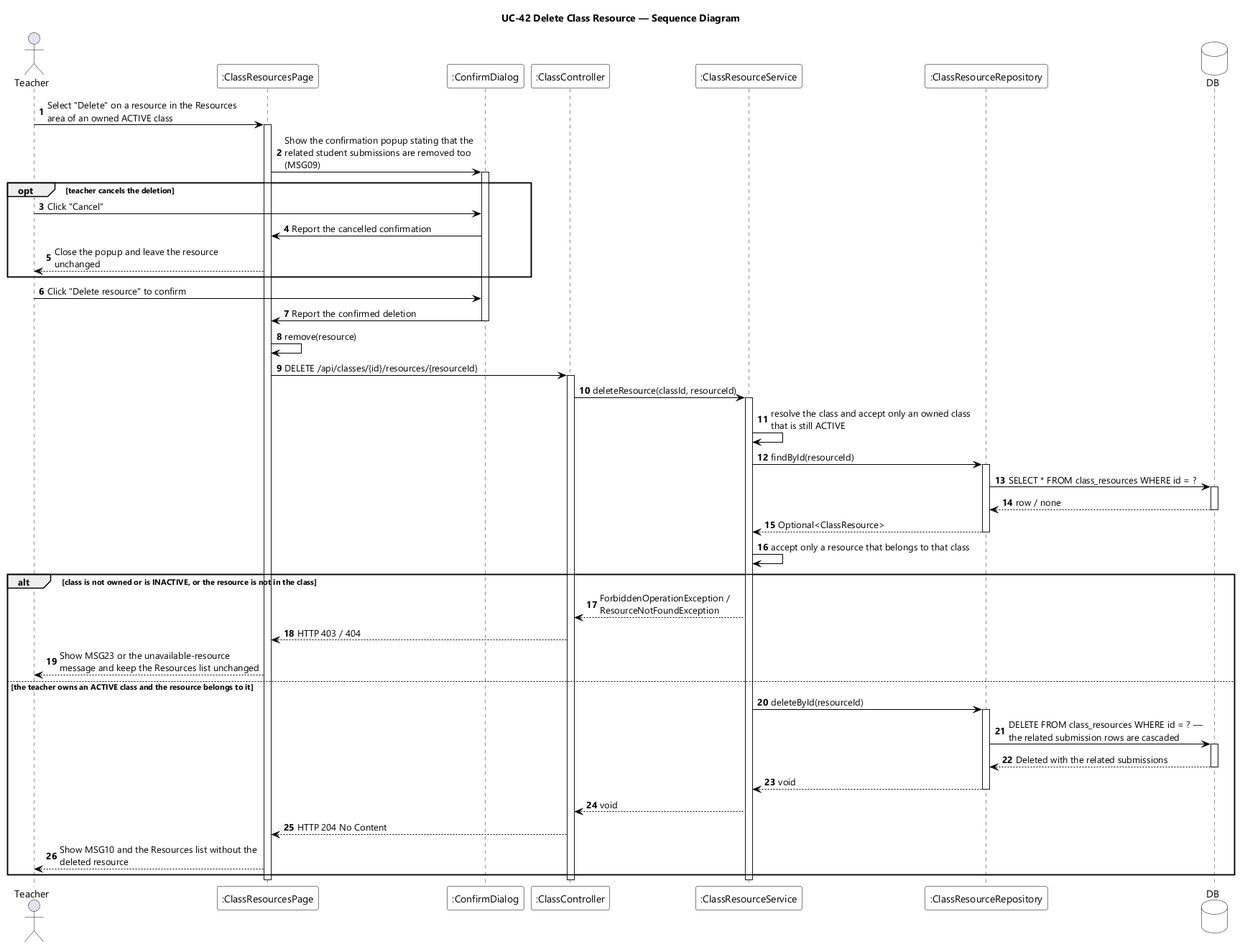
Above: designs/sds-diagrams/uc42/uc42-sequence-diagram.png in EduA-system/EduA-system (PlantUML), before the change. Its diagram source:
```plantuml
@startuml UC-42 Delete Class Resource - Sequence Diagram
skinparamlocked dpi 96
skinparam defaultFontName "Segoe UI"
skinparam shadowing false
skinparam ParticipantBackgroundColor #FFFFFF
skinparam ParticipantBorderColor #000000
skinparam DatabaseBackgroundColor #FFFFFF
skinparam DatabaseBorderColor #000000
skinparam ArrowColor #000000
skinparam sequenceMessageAlign left
skinparam maxMessageSize 280
title UC-42 Delete Class Resource — Sequence Diagram

actor Teacher
participant ":ClassResourcesPage" as UI
participant ":ConfirmDialog" as CONFIRM
participant ":ClassController" as CTL
participant ":ClassResourceService" as SVC
participant ":ClassResourceRepository" as RES
database DB

autonumber
Teacher -> UI : Select "Delete" on a resource in the Resources area of an owned ACTIVE class
activate UI
UI -> CONFIRM : Show the confirmation popup stating that the related student submissions are removed too (MSG09)
activate CONFIRM

opt teacher cancels the deletion
  Teacher -> CONFIRM : Click "Cancel"
  CONFIRM -> UI : Report the cancelled confirmation
  UI --> Teacher : Close the popup and leave the resource unchanged
end

Teacher -> CONFIRM : Click "Delete resource" to confirm
CONFIRM -> UI : Report the confirmed deletion
deactivate CONFIRM
UI -> UI : remove(resource)
UI -> CTL : DELETE /api/classes/{id}/resources/{resourceId}
activate CTL
CTL -> SVC : deleteResource(classId, resourceId)
activate SVC
SVC -> SVC : resolve the class and accept only an owned class that is still ACTIVE
SVC -> RES : findById(resourceId)
activate RES
RES -> DB : SELECT * FROM class_resources WHERE id = ?
activate DB
DB --> RES : row / none
deactivate DB
RES --> SVC : Optional<ClassResource>
deactivate RES
SVC -> SVC : accept only a resource that belongs to that class

alt class is not owned or is INACTIVE, or the resource is not in the class
  SVC --> CTL : ForbiddenOperationException / ResourceNotFoundException
  CTL --> UI : HTTP 403 / 404
  UI --> Teacher : Show MSG23 or the unavailable-resource message and keep the Resources list unchanged

else the teacher owns an ACTIVE class and the resource belongs to it
  SVC -> RES : deleteById(resourceId)
  activate RES
  RES -> DB : DELETE FROM class_resources WHERE id = ? — the related submission rows are cascaded
  activate DB
  DB --> RES : Deleted with the related submissions
  deactivate DB
  RES --> SVC : void
  deactivate RES
  SVC --> CTL : void
  CTL --> UI : HTTP 204 No Content
  UI --> Teacher : Show MSG10 and the Resources list without the deleted resource
end
deactivate SVC
deactivate CTL
deactivate UI
@enduml
```
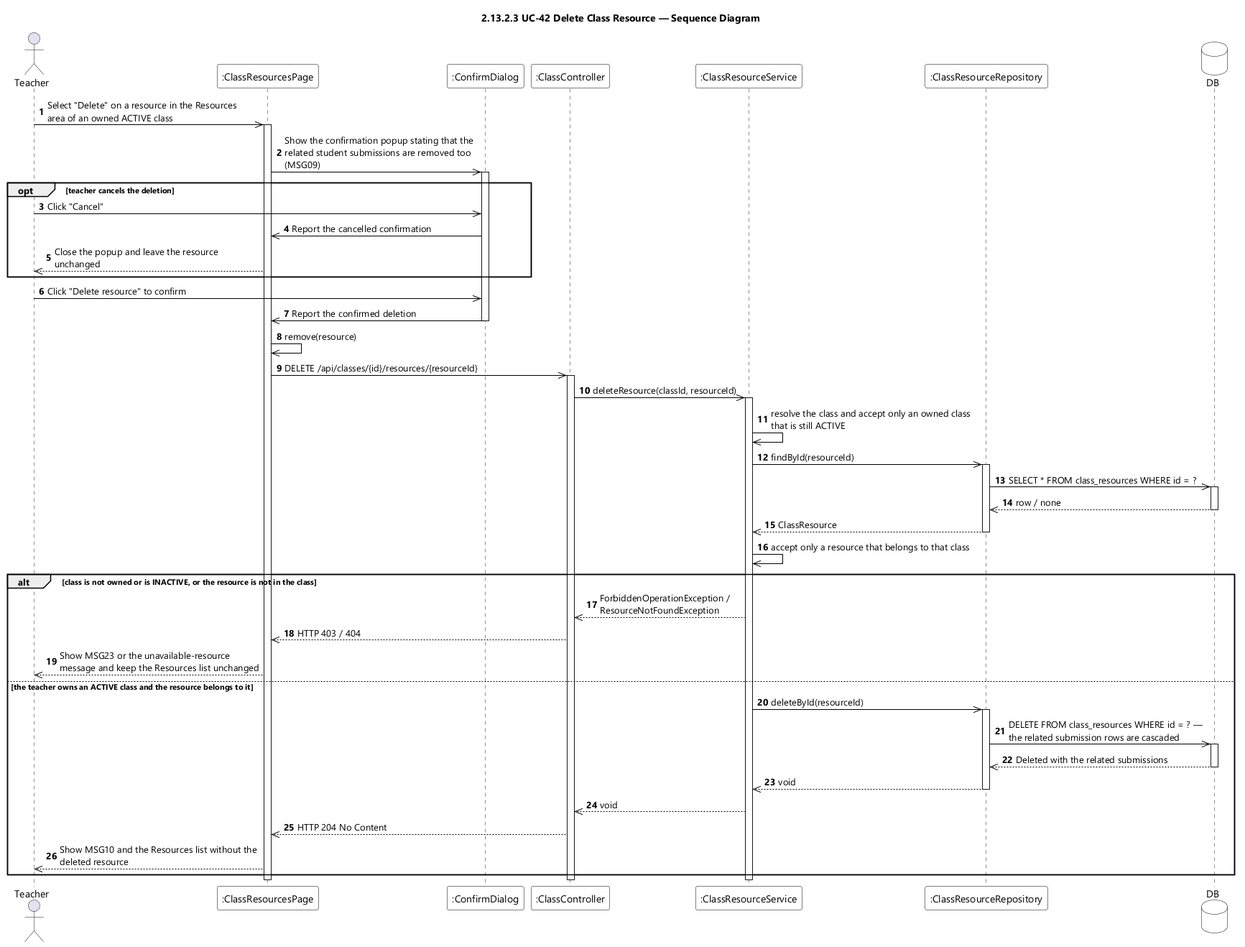
After the change.

What changed in the source:
```diff
@@ -9,7 +9,7 @@
 skinparam ArrowColor #000000
 skinparam sequenceMessageAlign left
 skinparam maxMessageSize 280
-title UC-42 Delete Class Resource — Sequence Diagram
+title 2.13.2.3 UC-42 Delete Class Resource — Sequence Diagram
 
 actor Teacher
 participant ":ClassResourcesPage" as UI
@@ -20,53 +20,53 @@
 database DB
 
 autonumber
-Teacher -> UI : Select "Delete" on a resource in the Resources area of an owned ACTIVE class
+Teacher ->> UI : Select "Delete" on a resource in the Resources area of an owned ACTIVE class
 activate UI
-UI -> CONFIRM : Show the confirmation popup stating that the related student submissions are removed too (MSG09)
+UI ->> CONFIRM : Show the confirmation popup stating that the related student submissions are removed too (MSG09)
 activate CONFIRM
 
 opt teacher cancels the deletion
-  Teacher -> CONFIRM : Click "Cancel"
-  CONFIRM -> UI : Report the cancelled confirmation
-  UI --> Teacher : Close the popup and leave the resource unchanged
+  Teacher ->> CONFIRM : Click "Cancel"
+  CONFIRM ->> UI : Report the cancelled confirmation
+  UI -->> Teacher : Close the popup and leave the resource unchanged
 end
 
-Teacher -> CONFIRM : Click "Delete resource" to confirm
-CONFIRM -> UI : Report the confirmed deletion
+Teacher ->> CONFIRM : Click "Delete resource" to confirm
+CONFIRM ->> UI : Report the confirmed deletion
 deactivate CONFIRM
-UI -> UI : remove(resource)
-UI -> CTL : DELETE /api/classes/{id}/resources/{resourceId}
+UI ->> UI : remove(resource)
+UI ->> CTL : DELETE /api/classes/{id}/resources/{resourceId}
 activate CTL
-CTL -> SVC : deleteResource(classId, resourceId)
+CTL ->> SVC : deleteResource(classId, resourceId)
 activate SVC
-SVC -> SVC : resolve the class and accept only an owned class that is still ACTIVE
-SVC -> RES : findById(resourceId)
+SVC ->> SVC : resolve the class and accept only an owned class that is still ACTIVE
+SVC ->> RES : findById(resourceId)
 activate RES
-RES -> DB : SELECT * FROM class_resources WHERE id = ?
+RES ->> DB : SELECT * FROM class_resources WHERE id = ?
 activate DB
-DB --> RES : row / none
+DB -->> RES : row / none
 deactivate DB
-RES --> SVC : Optional<ClassResource>
+RES -->> SVC : ClassResource
 deactivate RES
-SVC -> SVC : accept only a resource that belongs to that class
+SVC ->> SVC : accept only a resource that belongs to that class
 
 alt class is not owned or is INACTIVE, or the resource is not in the class
-  SVC --> CTL : ForbiddenOperationException / ResourceNotFoundException
-  CTL --> UI : HTTP 403 / 404
-  UI --> Teacher : Show MSG23 or the unavailable-resource message and keep the Resources list unchanged
+  SVC -->> CTL : ForbiddenOperationException / ResourceNotFoundException
+  CTL -->> UI : HTTP 403 / 404
+  UI -->> Teacher : Show MSG23 or the unavailable-resource message and keep the Resources list unchanged
 
 else the teacher owns an ACTIVE class and the resource belongs to it
-  SVC -> RES : deleteById(resourceId)
+  SVC ->> RES : deleteById(resourceId)
   activate RES
-  RES -> DB : DELETE FROM class_resources WHERE id = ? — the related submission rows are cascaded
+  RES ->> DB : DELETE FROM class_resources WHERE id = ? — the related submission rows are cascaded
   activate DB
-  DB --> RES : Deleted with the related submissions
+  DB -->> RES : Deleted with the related submissions
   deactivate DB
-  RES --> SVC : void
+  RES -->> SVC : void
   deactivate RES
-  SVC --> CTL : void
-  CTL --> UI : HTTP 204 No Content
-  UI --> Teacher : Show MSG10 and the Resources list without the deleted resource
+  SVC -->> CTL : void
+  CTL -->> UI : HTTP 204 No Content
+  UI -->> Teacher : Show MSG10 and the Resources list without the deleted resource
 end
 deactivate SVC
 deactivate CTL
```
